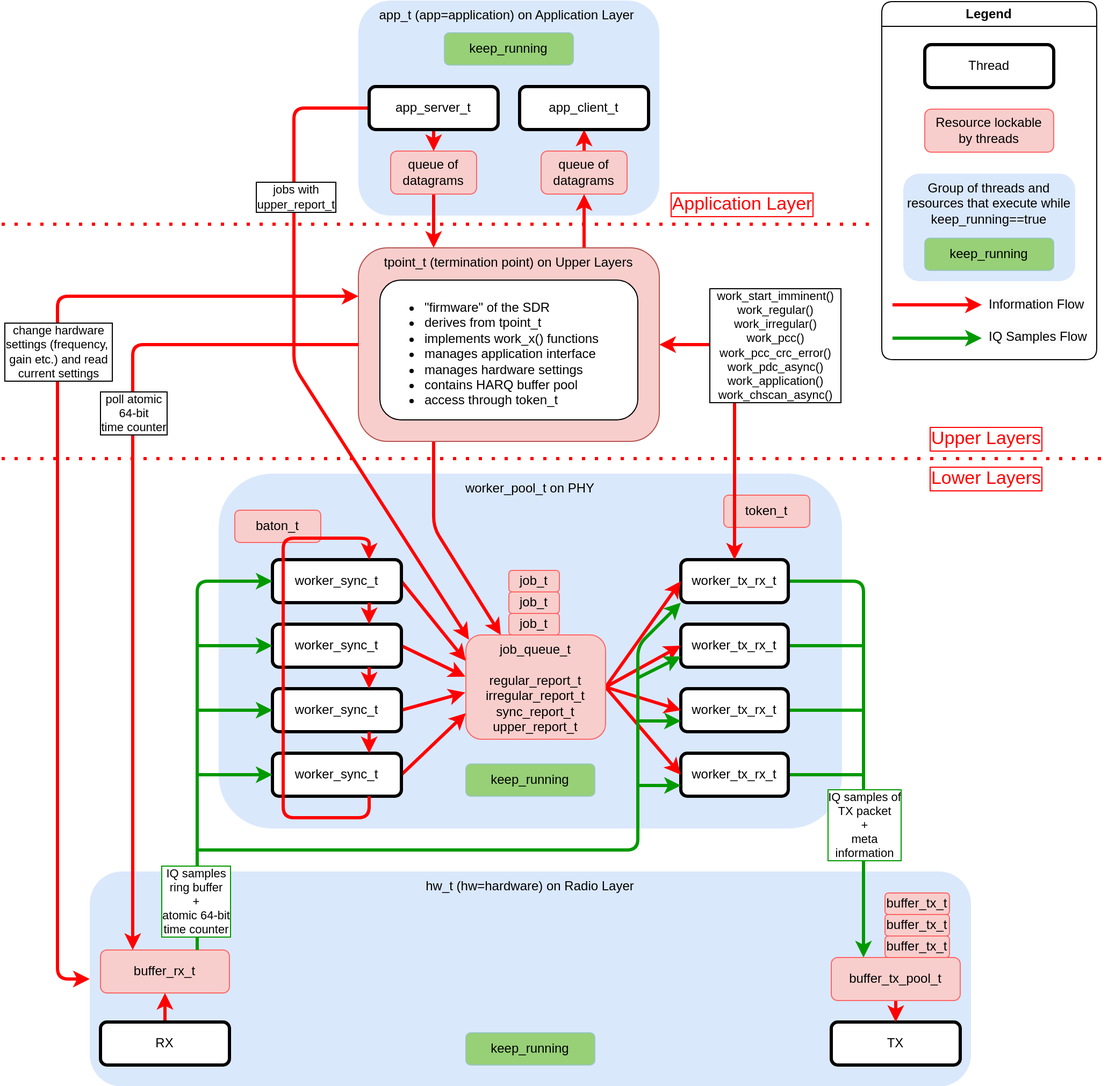
Before: docs/sdr_architecture.drawio.png, a diagram exported from draw.io (maxpenner/DECT-NR-Plus-SDR). Source tidied: cells renumbered, new cells last; positions are measured from the earlier drawing's top-left corner, leaving out a move shared by most shapes.
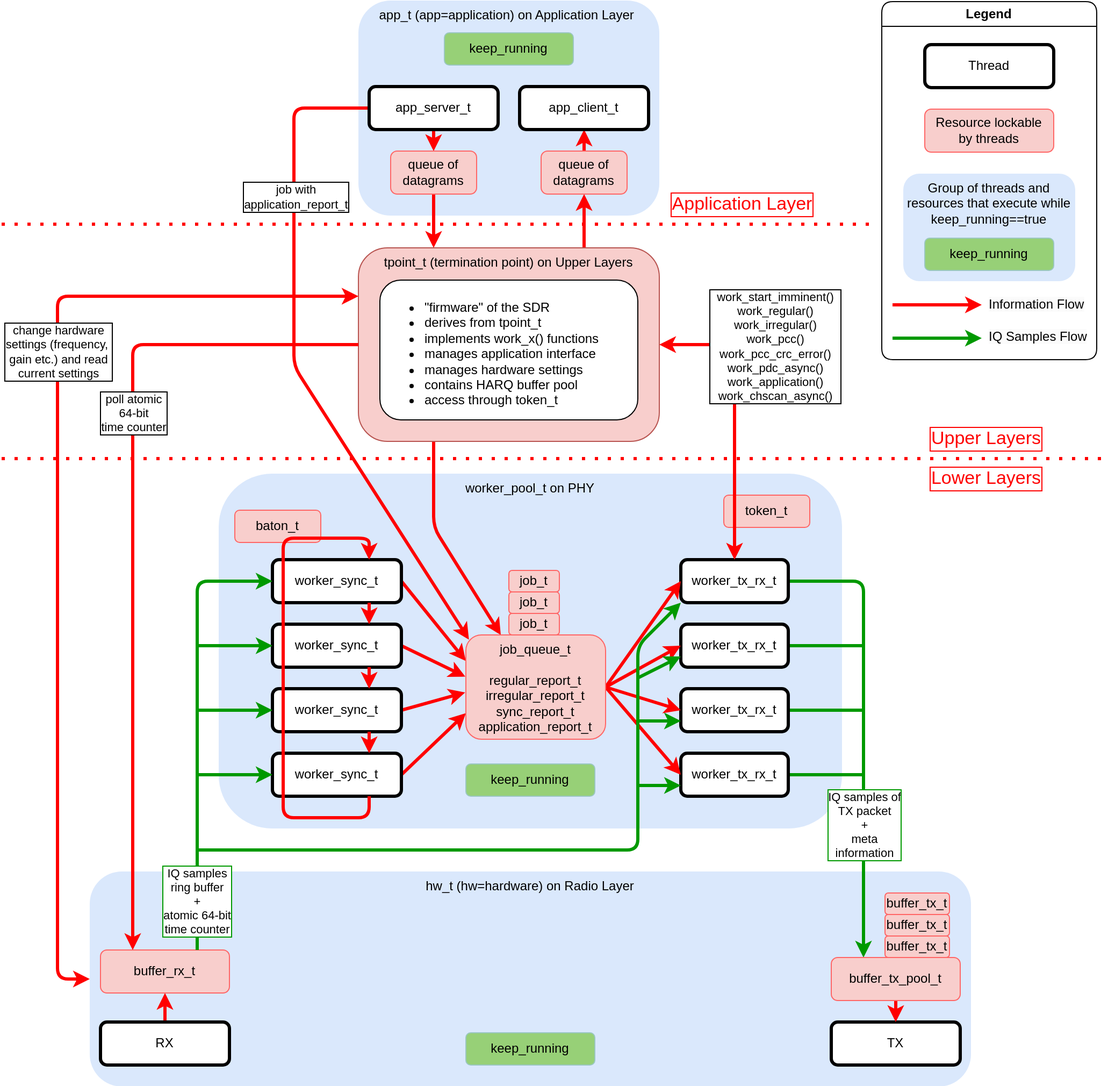
The same file after the commit.

Change to the diagram source:
```diff
@@ -29,7 +29,7 @@
         </Array>
       </mxGeometry>
     </mxCell>
-    <mxCell id="7" value="jobs with&lt;br&gt;upper_report_t" style="edgeLabel;html=1;align=center;verticalAlign=middle;labelBorderColor=default;rounded=1;" parent="6" vertex="1">
+    <mxCell id="7" value="job with&lt;br&gt;application_report_t" style="edgeLabel;html=1;align=center;verticalAlign=middle;labelBorderColor=default;rounded=1;" parent="6" vertex="1">
       <mxGeometry x="-0.5" y="1" relative="1" as="geometry" />
     </mxCell>
     <mxCell id="8" value="hw_t (hw=hardware) on Radio Layer" style="rounded=1;whiteSpace=wrap;html=1;fillColor=#dae8fc;strokeColor=none;verticalAlign=top;dashed=1;" parent="1" vertex="1">
@@ -153,7 +153,7 @@
     <mxCell id="42" value="tpoint_t (termination point) on Upper Layers" style="rounded=1;whiteSpace=wrap;html=1;verticalAlign=top;fillColor=#f8cecc;strokeColor=#b85450;" parent="1" vertex="1">
       <mxGeometry x="332" y="230" width="280" height="180" as="geometry" />
     </mxCell>
-    <mxCell id="43" value="&lt;div style=&quot;&quot;&gt;&lt;span style=&quot;background-color: initial;&quot;&gt;&lt;font style=&quot;font-size: 12px;&quot;&gt;job_queue_t&lt;/font&gt;&lt;/span&gt;&lt;/div&gt;&lt;div style=&quot;&quot;&gt;&lt;span style=&quot;background-color: initial;&quot;&gt;&lt;font style=&quot;font-size: 12px;&quot;&gt;&lt;br&gt;&lt;/font&gt;&lt;/span&gt;&lt;/div&gt;&lt;font style=&quot;font-size: 12px;&quot;&gt;&lt;span style=&quot;background-color: initial;&quot;&gt;&lt;div style=&quot;&quot;&gt;&lt;div style=&quot;&quot;&gt;&lt;span style=&quot;background-color: initial;&quot;&gt;regular_report_t&lt;/span&gt;&lt;/div&gt;&lt;div style=&quot;&quot;&gt;&lt;span style=&quot;background-color: initial;&quot;&gt;irregular_report_t&lt;/span&gt;&lt;/div&gt;&lt;span style=&quot;background-color: initial;&quot;&gt;&lt;div style=&quot;&quot;&gt;&lt;span style=&quot;background-color: initial;&quot;&gt;sync_report_t&lt;/span&gt;&lt;/div&gt;&lt;/span&gt;&lt;span style=&quot;background-color: initial;&quot;&gt;&lt;div style=&quot;&quot;&gt;&lt;span style=&quot;background-color: initial;&quot;&gt;upper_report_t&lt;/span&gt;&lt;/div&gt;&lt;/span&gt;&lt;/div&gt;&lt;/span&gt;&lt;/font&gt;" style="rounded=1;whiteSpace=wrap;html=1;fillColor=#f8cecc;strokeColor=#FF6666;strokeWidth=1;verticalAlign=top;align=center;" parent="1" vertex="1">
+    <mxCell id="43" value="&lt;div style=&quot;&quot;&gt;&lt;span style=&quot;background-color: initial;&quot;&gt;&lt;font style=&quot;font-size: 12px;&quot;&gt;job_queue_t&lt;/font&gt;&lt;/span&gt;&lt;/div&gt;&lt;div style=&quot;&quot;&gt;&lt;span style=&quot;background-color: initial;&quot;&gt;&lt;font style=&quot;font-size: 12px;&quot;&gt;&lt;br&gt;&lt;/font&gt;&lt;/span&gt;&lt;/div&gt;&lt;font style=&quot;font-size: 12px;&quot;&gt;&lt;span style=&quot;background-color: initial;&quot;&gt;&lt;div style=&quot;&quot;&gt;&lt;div style=&quot;&quot;&gt;&lt;span style=&quot;background-color: initial;&quot;&gt;regular_report_t&lt;/span&gt;&lt;/div&gt;&lt;div style=&quot;&quot;&gt;&lt;span style=&quot;background-color: initial;&quot;&gt;irregular_report_t&lt;/span&gt;&lt;/div&gt;&lt;span style=&quot;background-color: initial;&quot;&gt;&lt;div style=&quot;&quot;&gt;&lt;span style=&quot;background-color: initial;&quot;&gt;sync_report_t&lt;/span&gt;&lt;/div&gt;&lt;/span&gt;&lt;span style=&quot;background-color: initial;&quot;&gt;&lt;div style=&quot;&quot;&gt;&lt;span style=&quot;background-color: initial;&quot;&gt;application_report_t&lt;/span&gt;&lt;/div&gt;&lt;/span&gt;&lt;/div&gt;&lt;/span&gt;&lt;/font&gt;" style="rounded=1;whiteSpace=wrap;html=1;fillColor=#f8cecc;strokeColor=#FF6666;strokeWidth=1;verticalAlign=top;align=center;" parent="1" vertex="1">
       <mxGeometry x="432" y="590" width="130" height="97" as="geometry" />
     </mxCell>
     <mxCell id="44" value="buffer_tx_pool_t" style="rounded=1;whiteSpace=wrap;html=1;fillColor=#f8cecc;strokeColor=#FF6666;strokeWidth=1;" parent="1" vertex="1">
```
